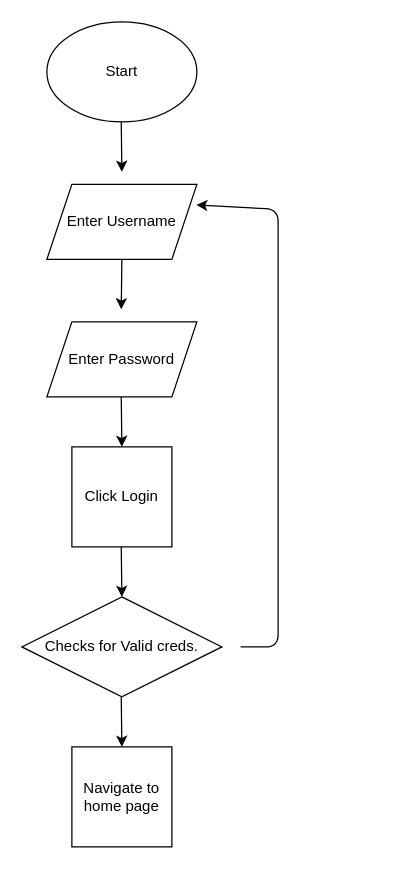
Earlier version of the draw.io diagram Day 05/Logging into an email account.drawio (James-Jaffray/Logic_and_Problem-Solving_in_Class). Source tidied: cells renumbered, new cells numbered last; positions are measured from the earlier drawing's top-left corner, leaving out a move shared by most shapes. Both pictures are drawn from the tidied source at 125%, with x=0, y=0 at pixel (21, 21).
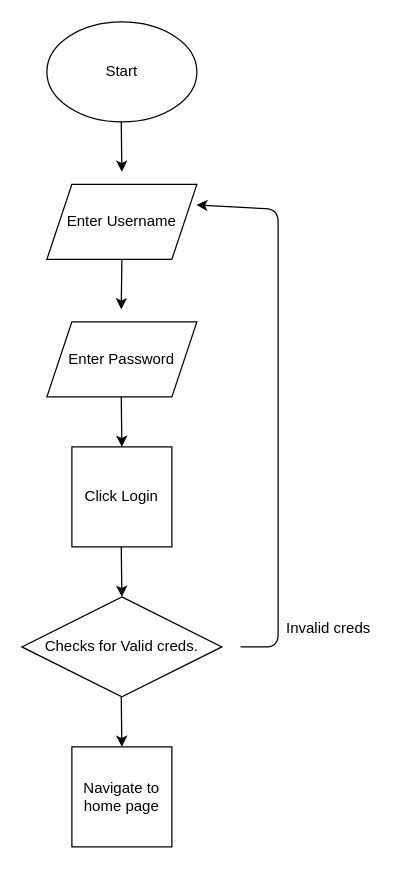
The same page after the edit.

What changed in the source:
```diff
@@
+    <mxCell id="14" value="Invalid creds" style="text;html=1;align=center;verticalAlign=middle;strokeColor=none;fillColor=none;" parent="1" vertex="1">
+      <mxGeometry x="200" y="470" width="90" height="30" as="geometry" />
+    </mxCell>
```
